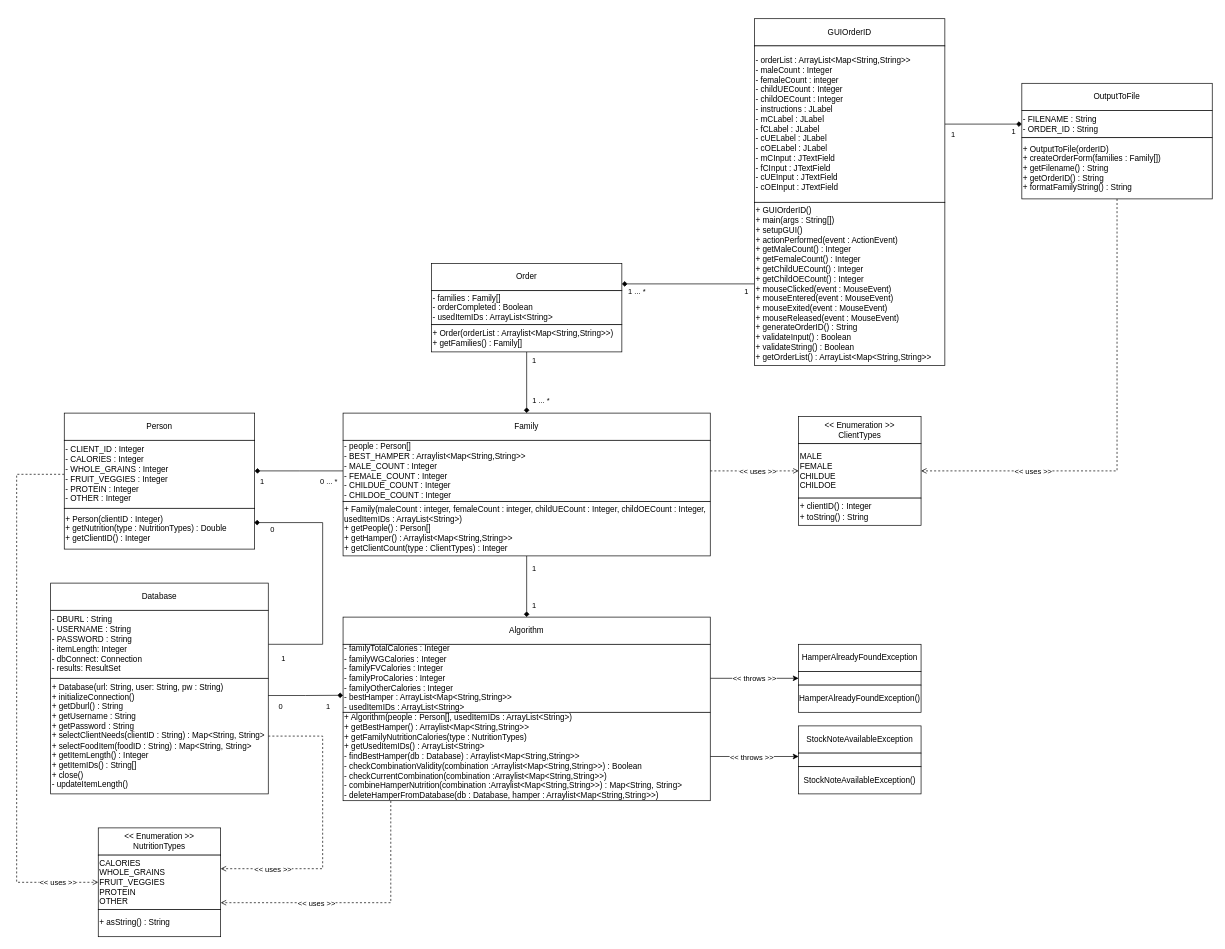
Above: UML/FinalProjectUML.drawio in dyenaan/ENSF409Group30 (draw.io), before the change. Source tidied: cells renumbered, new cells numbered last; positions are measured from the earlier drawing's top-left corner, leaving out a move shared by most shapes. Both pictures are drawn from the tidied source at 68%, with x=0, y=0 at pixel (16, 18).
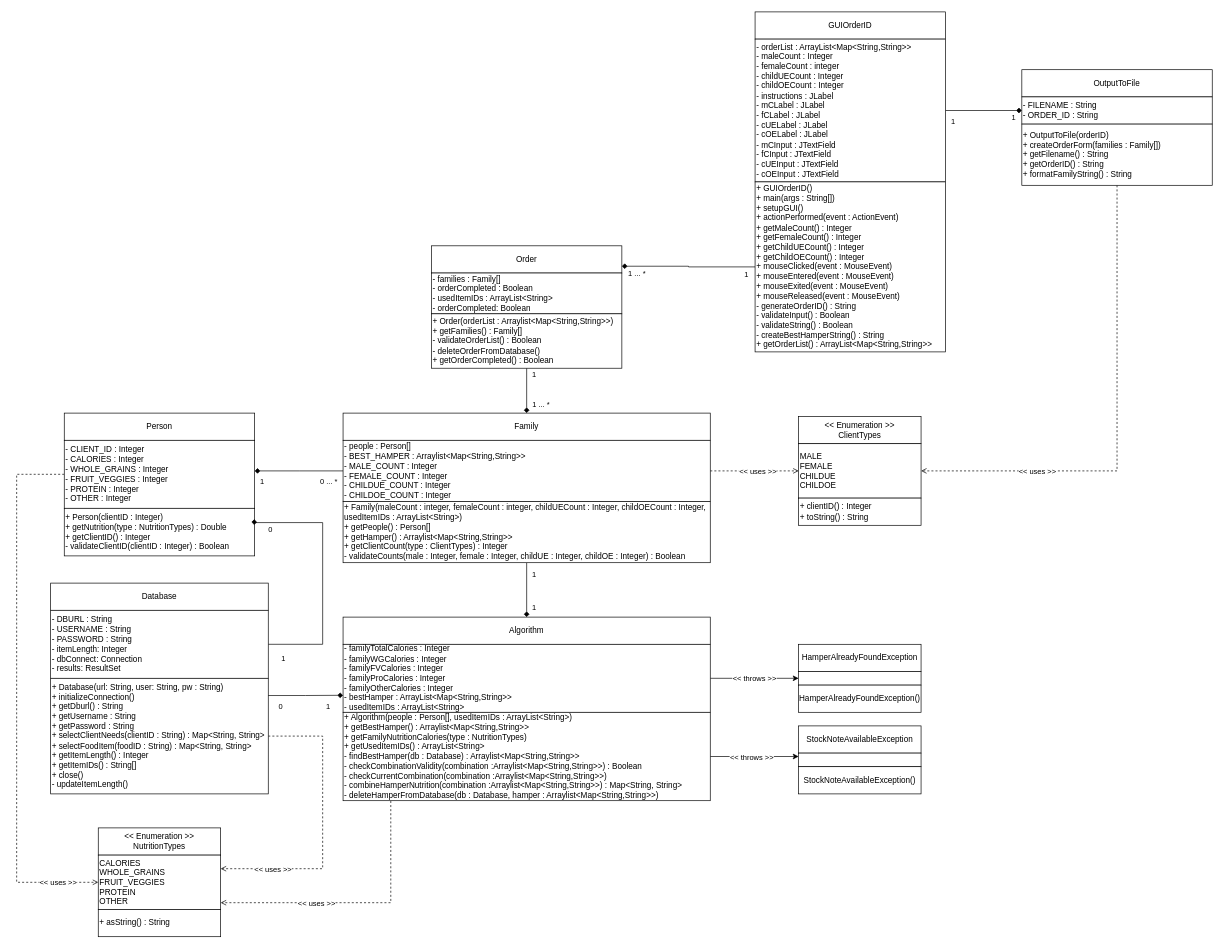
After the change.

Change to the diagram source:
```diff
@@
     <mxCell id="2" value="Order" style="rounded=0;whiteSpace=wrap;html=1;" parent="1" vertex="1">
-      <mxGeometry x="610" y="360" width="280" height="40" as="geometry" />
+      <mxGeometry x="610" y="334" width="280" height="40" as="geometry" />
     </mxCell>
-    <mxCell id="3" value="- families : Family[]&lt;br&gt;- orderCompleted : Boolean&lt;br&gt;- usedItemIDs : ArrayList&amp;lt;String&amp;gt;" style="rounded=0;whiteSpace=wrap;html=1;align=left;" parent="1" vertex="1">
-      <mxGeometry x="610" y="400" width="280" height="50" as="geometry" />
+    <mxCell id="3" value="- families : Family[]&lt;br&gt;- orderCompleted : Boolean&lt;br&gt;- usedItemIDs : ArrayList&amp;lt;String&amp;gt;&lt;br&gt;- orderCompleted: Boolean" style="rounded=0;whiteSpace=wrap;html=1;align=left;" parent="1" vertex="1">
+      <mxGeometry x="610" y="374" width="280" height="60" as="geometry" />
     </mxCell>
@@
-    <mxCell id="7" value="+ Order(orderList : Arraylist&amp;lt;Map&amp;lt;String,String&amp;gt;&amp;gt;)&lt;br&gt;+ getFamilies() : Family[]" style="rounded=0;whiteSpace=wrap;html=1;align=left;" parent="1" vertex="1">
-      <mxGeometry x="610" y="450" width="280" height="40" as="geometry" />
+    <mxCell id="7" value="+ Order(orderList : Arraylist&amp;lt;Map&amp;lt;String,String&amp;gt;&amp;gt;)&lt;br&gt;+ getFamilies() : Family[]&lt;br&gt;- validateOrderList() : Boolean&lt;br&gt;- deleteOrderFromDatabase()&lt;br&gt;+ getOrderCompleted() : Boolean" style="rounded=0;whiteSpace=wrap;html=1;align=left;" parent="1" vertex="1">
+      <mxGeometry x="610" y="434" width="280" height="80" as="geometry" />
     </mxCell>
@@
-    <mxCell id="18" value="+ Family(maleCount : integer, femaleCount : integer, childUECount : Integer, childOECount : Integer, usedItemIDs : ArrayList&amp;lt;String&amp;gt;)&lt;br&gt;+ getPeople() : Person[]&lt;br&gt;+ getHamper() : Arraylist&amp;lt;Map&amp;lt;String,String&amp;gt;&amp;gt;&lt;br&gt;+ getClientCount(type : ClientTypes) : Integer" style="rounded=0;whiteSpace=wrap;html=1;align=left;" parent="1" vertex="1">
-      <mxGeometry x="480" y="710" width="540" height="80" as="geometry" />
+    <mxCell id="18" value="+ Family(maleCount : integer, femaleCount : integer, childUECount : Integer, childOECount : Integer, usedItemIDs : ArrayList&amp;lt;String&amp;gt;)&lt;br&gt;+ getPeople() : Person[]&lt;br&gt;+ getHamper() : Arraylist&amp;lt;Map&amp;lt;String,String&amp;gt;&amp;gt;&lt;br&gt;+ getClientCount(type : ClientTypes) : Integer&lt;br&gt;- validateCounts(male : Integer, female : Integer, childUE : Integer, childOE : Integer) : Boolean" style="rounded=0;whiteSpace=wrap;html=1;align=left;" parent="1" vertex="1">
+      <mxGeometry x="480" y="710" width="540" height="90" as="geometry" />
     </mxCell>
@@
-    <mxCell id="23" value="+ Person(clientID : Integer)&lt;br&gt;+ getNutrition(type : NutritionTypes) : Double&lt;br&gt;+ getClientID() : Integer" style="rounded=0;whiteSpace=wrap;html=1;align=left;" parent="1" vertex="1">
-      <mxGeometry x="70" y="720" width="280" height="60" as="geometry" />
+    <mxCell id="23" value="+ Person(clientID : Integer)&lt;br&gt;+ getNutrition(type : NutritionTypes) : Double&lt;br&gt;+ getClientID() : Integer&lt;br&gt;- validateClientID(clientID : Integer) : Boolean" style="rounded=0;whiteSpace=wrap;html=1;align=left;" parent="1" vertex="1">
+      <mxGeometry x="70" y="720" width="280" height="70" as="geometry" />
     </mxCell>
@@
     <mxCell id="55" value="GUIOrderID" style="rounded=0;whiteSpace=wrap;html=1;" parent="1" vertex="1">
-      <mxGeometry x="1085" width="280" height="40" as="geometry" />
+      <mxGeometry x="1085.9" y="-10" width="280" height="40" as="geometry" />
     </mxCell>
@@
     <mxCell id="59" value="- orderList : ArrayList&amp;lt;Map&amp;lt;String,String&amp;gt;&amp;gt;&lt;br&gt;- maleCount : Integer&lt;br&gt;- femaleCount : integer&lt;br&gt;- childUECount : Integer&lt;br&gt;- childOECount : Integer&lt;br&gt;- instructions : JLabel&lt;br&gt;- mCLabel : JLabel&lt;br&gt;- fCLabel : JLabel&lt;br&gt;- cUELabel : JLabel&lt;br&gt;- cOELabel : JLabel&lt;br&gt;- mCInput : JTextField&lt;br&gt;- fCInput : JTextField&lt;br&gt;- cUEInput : JTextField&lt;br&gt;- cOEInput : JTextField" style="rounded=0;whiteSpace=wrap;html=1;align=left;" parent="1" vertex="1">
-      <mxGeometry x="1085" y="40" width="280" height="230" as="geometry" />
+      <mxGeometry x="1085.9" y="30" width="280" height="210" as="geometry" />
     </mxCell>
@@
-    <mxCell id="63" value="+ GUIOrderID()&lt;br&gt;+ main(args : String[])&lt;br&gt;+ setupGUI()&lt;br&gt;+ actionPerformed(event : ActionEvent)&lt;br&gt;+ getMaleCount() : Integer&lt;br&gt;+ getFemaleCount() : Integer&lt;br&gt;+ getChildUECount() : Integer&lt;br&gt;+ getChildOECount() : Integer&lt;br&gt;+ mouseClicked(event : MouseEvent)&lt;br&gt;+ mouseEntered(event : MouseEvent)&lt;br&gt;+ mouseExited(event : MouseEvent)&lt;br&gt;+ mouseReleased(event : MouseEvent)&lt;br&gt;+ generateOrderID() : String&lt;br&gt;+ validateInput() : Boolean&lt;br&gt;+ validateString() : Boolean&lt;br&gt;+ getOrderList() : ArrayList&amp;lt;Map&amp;lt;String,String&amp;gt;&amp;gt;" style="rounded=0;whiteSpace=wrap;html=1;align=left;" parent="1" vertex="1">
-      <mxGeometry x="1085" y="270" width="280" height="240" as="geometry" />
+    <mxCell id="63" value="+ GUIOrderID()&lt;br&gt;+ main(args : String[])&lt;br&gt;+ setupGUI()&lt;br&gt;+ actionPerformed(event : ActionEvent)&lt;br&gt;+ getMaleCount() : Integer&lt;br&gt;+ getFemaleCount() : Integer&lt;br&gt;+ getChildUECount() : Integer&lt;br&gt;+ getChildOECount() : Integer&lt;br&gt;+ mouseClicked(event : MouseEvent)&lt;br&gt;+ mouseEntered(event : MouseEvent)&lt;br&gt;+ mouseExited(event : MouseEvent)&lt;br&gt;+ mouseReleased(event : MouseEvent)&lt;br&gt;- generateOrderID() : String&lt;br&gt;- validateInput() : Boolean&lt;br&gt;- validateString() : Boolean&lt;br&gt;- createBestHamperString() : String&lt;br&gt;+ getOrderList() : ArrayList&amp;lt;Map&amp;lt;String,String&amp;gt;&amp;gt;" style="rounded=0;whiteSpace=wrap;html=1;align=left;" parent="1" vertex="1">
+      <mxGeometry x="1085.9" y="240" width="280" height="250" as="geometry" />
     </mxCell>
     <mxCell id="64" value="OutputToFile" style="rounded=0;whiteSpace=wrap;html=1;" parent="1" vertex="1">
-      <mxGeometry x="1478.2" y="95" width="280" height="40" as="geometry" />
+      <mxGeometry x="1478.2" y="75" width="280" height="40" as="geometry" />
     </mxCell>
     <mxCell id="65" value="- FILENAME : String&lt;br&gt;- ORDER_ID : String" style="rounded=0;whiteSpace=wrap;html=1;align=left;" parent="1" vertex="1">
-      <mxGeometry x="1478.2" y="135" width="280" height="40" as="geometry" />
+      <mxGeometry x="1478.2" y="115" width="280" height="40" as="geometry" />
     </mxCell>
@@
     <mxCell id="68" value="+ OutputToFile(orderID)&lt;br&gt;+ createOrderForm(families : Family[])&lt;br&gt;+ getFilename() : String&lt;br&gt;+ getOrderID() : String&lt;br&gt;+ formatFamilyString() : String&lt;br&gt;" style="rounded=0;whiteSpace=wrap;html=1;align=left;" parent="1" vertex="1">
-      <mxGeometry x="1478.2" y="175" width="280" height="90" as="geometry" />
+      <mxGeometry x="1478.2" y="155" width="280" height="90" as="geometry" />
     </mxCell>
```
